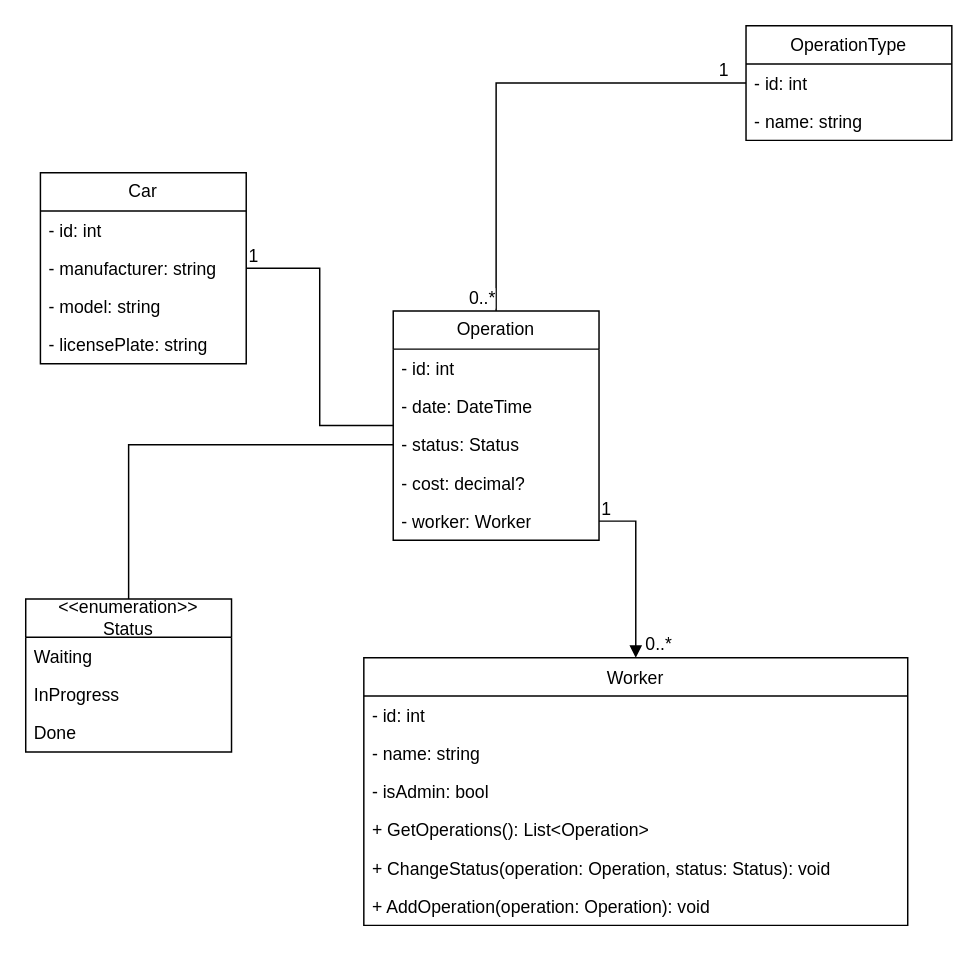
Before: CarParkOperation.drawio.xml in EdRemets/Programmeerimine2, a draw.io diagram. Source tidied: cells renumbered, new cells numbered last; positions are measured from the earlier drawing's top-left corner, leaving out a move shared by most shapes. Both pictures are drawn from the tidied source at 147%, with x=0, y=0 at pixel (25, 25).
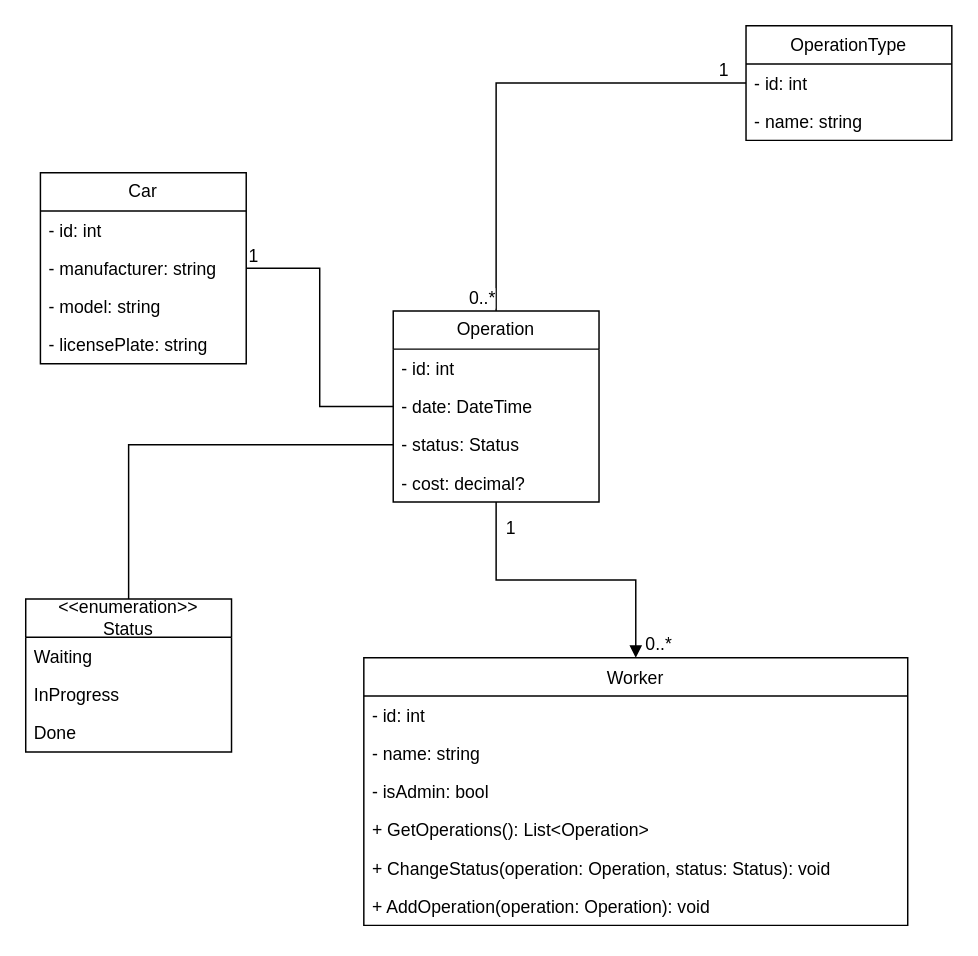
After the change.

The change refers to these unchanged cells:
```xml
<mxCell id="20" value="Worker" style="swimlane;fontStyle=0;horizontal=1;startSize=26;fillColor=none;whiteSpace=wrap;html=1;align=center;verticalAlign=top;fontFamily=Helvetica;fontSize=12;fontColor=default;" parent="1" vertex="1">
  <mxGeometry x="230" y="430" width="370" height="182" as="geometry" />
</mxCell>
```

Diff of the diagram source:
```diff
@@
     <mxCell id="7" value="Operation" style="swimlane;fontStyle=0;horizontal=1;startSize=26;fillColor=none;whiteSpace=wrap;html=1;" parent="1" vertex="1">
-      <mxGeometry x="250" y="194" width="140" height="156" as="geometry" />
+      <mxGeometry x="250" y="194" width="140" height="130" as="geometry" />
     </mxCell>
@@
-    <mxCell id="12" value="- worker: Worker" style="text;strokeColor=none;fillColor=none;align=left;verticalAlign=top;spacingLeft=4;spacingRight=4;overflow=hidden;points=[[0,0.5],[1,0.5]];portConstraint=eastwest;whiteSpace=wrap;html=1;" parent="7" vertex="1">
-      <mxGeometry y="130" width="140" height="26" as="geometry" />
-    </mxCell>
@@
-    <mxCell id="33" style="endArrow=block;endFill=1;html=1;edgeStyle=orthogonalEdgeStyle;align=left;verticalAlign=top;rounded=0;fontFamily=Helvetica;fontSize=12;fontColor=default;exitX=1;exitY=0.5;exitDx=0;exitDy=0;" parent="1" edge="1" source="12" target="20">
+    <mxCell id="33" style="endArrow=block;endFill=1;html=1;edgeStyle=orthogonalEdgeStyle;align=left;verticalAlign=top;rounded=0;fontFamily=Helvetica;fontSize=12;fontColor=default;" parent="1" edge="1" source="7" target="20">
       <mxGeometry x="-1" relative="1" as="geometry" />
     </mxCell>
     <mxCell id="34" value="1" style="edgeLabel;html=1;align=left;verticalAlign=bottom;fontFamily=Helvetica;fontSize=12;fontColor=default;" parent="33" vertex="1">
-      <mxGeometry x="-1" relative="1" as="geometry" />
+      <mxGeometry x="-1" relative="1" as="geometry">
+        <mxPoint x="5" y="26" as="offset" />
+      </mxGeometry>
     </mxCell>
```
